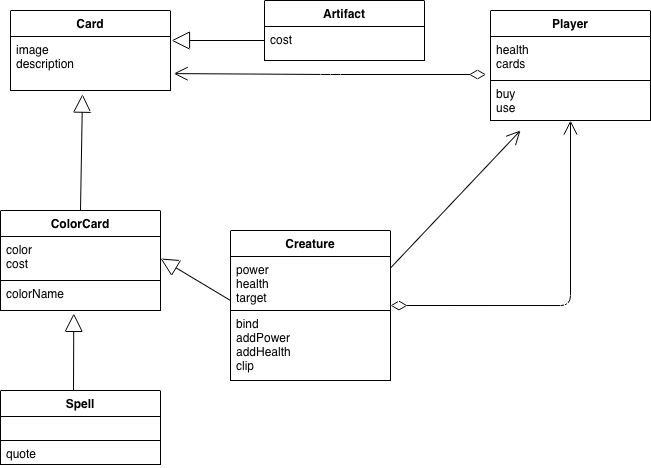
Before: spell/Tarefa 1 - Diagrama.png, a diagram exported from draw.io (hashiprobr-classroom/aps-5-ana_beatriz). Source tidied: cells renumbered, new cells last; positions are measured from the earlier drawing's top-left corner, leaving out a move shared by most shapes.
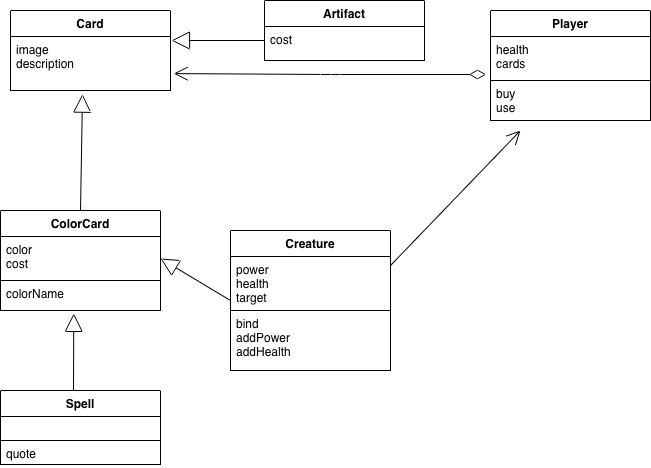
Above is the later version.

Commit message:
Mudando o diagrama

The edit, as a diff of the source:
```diff
@@ -30,13 +30,13 @@
       <mxGeometry y="26" width="160" height="54" as="geometry" />
     </mxCell>
     <mxCell id="10" value="Creature" style="swimlane;fontStyle=1;align=center;verticalAlign=top;horizontal=1;startSize=26;fontColor=#000000;strokeColor=#000000;fillColor=#FFFFFF;" parent="1" vertex="1">
-      <mxGeometry x="230" y="230" width="160" height="150" as="geometry" />
+      <mxGeometry x="230" y="230" width="160" height="140" as="geometry" />
     </mxCell>
     <mxCell id="11" value="power&#10;health&#10;target" style="text;strokeColor=#000000;fillColor=#FFFFFF;align=left;verticalAlign=top;spacingLeft=4;spacingRight=4;overflow=hidden;fontColor=#000000;" parent="10" vertex="1">
       <mxGeometry y="26" width="160" height="54" as="geometry" />
     </mxCell>
-    <mxCell id="12" value="bind&#10;addPower&#10;addHealth&#10;clip" style="text;strokeColor=#000000;fillColor=#FFFFFF;align=left;verticalAlign=top;spacingLeft=4;spacingRight=4;overflow=hidden;fontColor=#000000;" parent="10" vertex="1">
-      <mxGeometry y="80" width="160" height="70" as="geometry" />
+    <mxCell id="12" value="bind&#10;addPower&#10;addHealth&#10;" style="text;strokeColor=#000000;fillColor=#FFFFFF;align=left;verticalAlign=top;spacingLeft=4;spacingRight=4;overflow=hidden;fontColor=#000000;" parent="10" vertex="1">
+      <mxGeometry y="80" width="160" height="60" as="geometry" />
     </mxCell>
     <mxCell id="13" style="endArrow=block;endSize=16;endFill=0;html=1;strokeColor=#000000;fontColor=#000000;labelBackgroundColor=#FFFFFF;exitX=0.5;exitY=0;exitDx=0;exitDy=0;entryX=0.45;entryY=1.068;entryDx=0;entryDy=0;entryPerimeter=0;" parent="1" edge="1" source="4" target="9">
       <mxGeometry relative="1" as="geometry" />
@@ -55,9 +55,6 @@
         <mxPoint x="520" y="130" as="targetPoint" />
       </mxGeometry>
     </mxCell>
-    <mxCell id="18" style="endArrow=open;html=1;endSize=12;startArrow=diamondThin;startSize=14;startFill=0;edgeStyle=orthogonalEdgeStyle;align=left;verticalAlign=bottom;fontColor=#000000;strokeColor=#000000;exitX=1;exitY=0.5;exitDx=0;exitDy=0;entryX=0.5;entryY=1;entryDx=0;entryDy=0;" parent="1" edge="1" source="10" target="14">
-      <mxGeometry x="-1" y="3" relative="1" as="geometry" />
-    </mxCell>
     <mxCell id="19" style="endArrow=open;html=1;endSize=12;startArrow=diamondThin;startSize=14;startFill=0;edgeStyle=orthogonalEdgeStyle;align=left;verticalAlign=bottom;fontColor=#000000;strokeColor=#000000;entryX=1.02;entryY=0.687;entryDx=0;entryDy=0;entryPerimeter=0;exitX=-0.028;exitY=0.864;exitDx=0;exitDy=0;exitPerimeter=0;" parent="1" edge="1" source="15" target="9">
       <mxGeometry x="-1" y="3" relative="1" as="geometry" />
     </mxCell>
```
